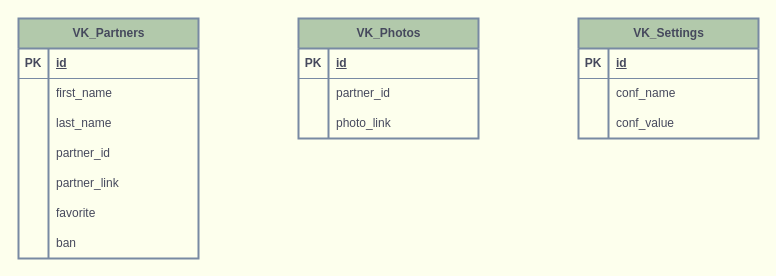
Earlier version of the draw.io diagram BD_scheme.drawio (AnnSergeevn/BK_bot). Source tidied: cells renumbered, new cells numbered last; positions are measured from the earlier drawing's top-left corner, leaving out a move shared by most shapes. Both pictures are drawn from the tidied source at 100%, with x=0, y=0 at pixel (18, 18).
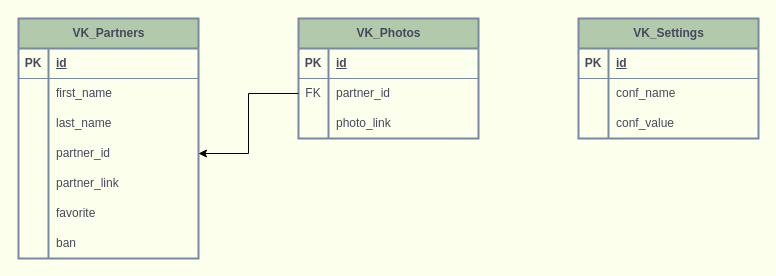
Above is the later version.

The change refers to these unchanged cells:
```xml
<mxCell id="12" style="shape=tableRow;horizontal=0;startSize=0;swimlaneHead=0;swimlaneBody=0;fillColor=none;points=[[0,0.5],[1,0.5]];portConstraint=eastwest;top=0;left=0;right=0;bottom=0;labelBackgroundColor=none;strokeColor=#788AA3;fontColor=#46495D;" parent="2" vertex="1">
  <mxGeometry y="120" width="180" height="30" as="geometry" />
</mxCell>
<mxCell id="28" style="shape=tableRow;horizontal=0;startSize=0;swimlaneHead=0;swimlaneBody=0;fillColor=none;points=[[0,0.5],[1,0.5]];portConstraint=eastwest;top=0;left=0;right=0;bottom=0;labelBackgroundColor=none;strokeColor=#788AA3;fontColor=#46495D;" parent="24" vertex="1">
  <mxGeometry y="60" width="180" height="30" as="geometry" />
</mxCell>
```

Diff of the diagram source:
```diff
@@
-    <mxCell id="29" style="shape=partialRectangle;fillColor=none;top=0;left=0;bottom=0;right=0;overflow=hidden;whiteSpace=wrap;html=1;labelBackgroundColor=none;strokeColor=#788AA3;fontColor=#46495D;" parent="28" vertex="1">
+    <mxCell id="29" value="FK" style="shape=partialRectangle;fillColor=none;top=0;left=0;bottom=0;right=0;overflow=hidden;whiteSpace=wrap;html=1;labelBackgroundColor=none;strokeColor=#788AA3;fontColor=#46495D;" parent="28" vertex="1">
       <mxGeometry width="30" height="30" as="geometry" />
     </mxCell>
@@
+    <mxCell id="44" style="edgeStyle=orthogonalEdgeStyle;rounded=0;jettySize=auto;html=1;entryX=1;entryY=0.5;entryDx=0;entryDy=0;" parent="1" edge="1" source="28" target="12">
+      <mxGeometry relative="1" as="geometry" />
+    </mxCell>
```
